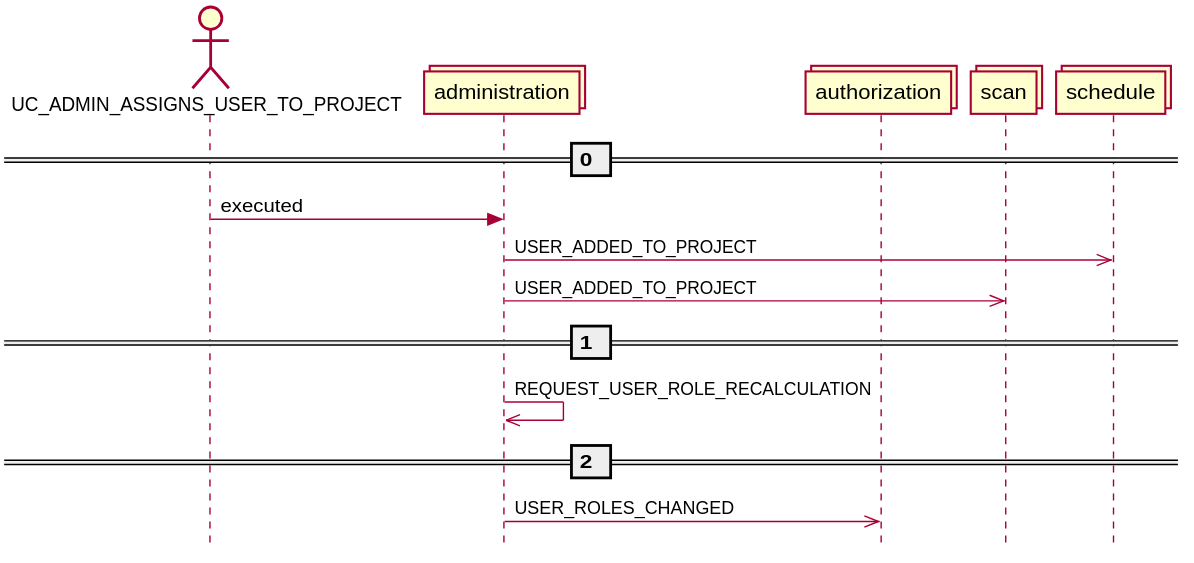
Earlier version of the PlantUML export docs/latest/images/event_overview_uc_admin_assigns_user_to_project.svg (mercedes-benz/sechub).
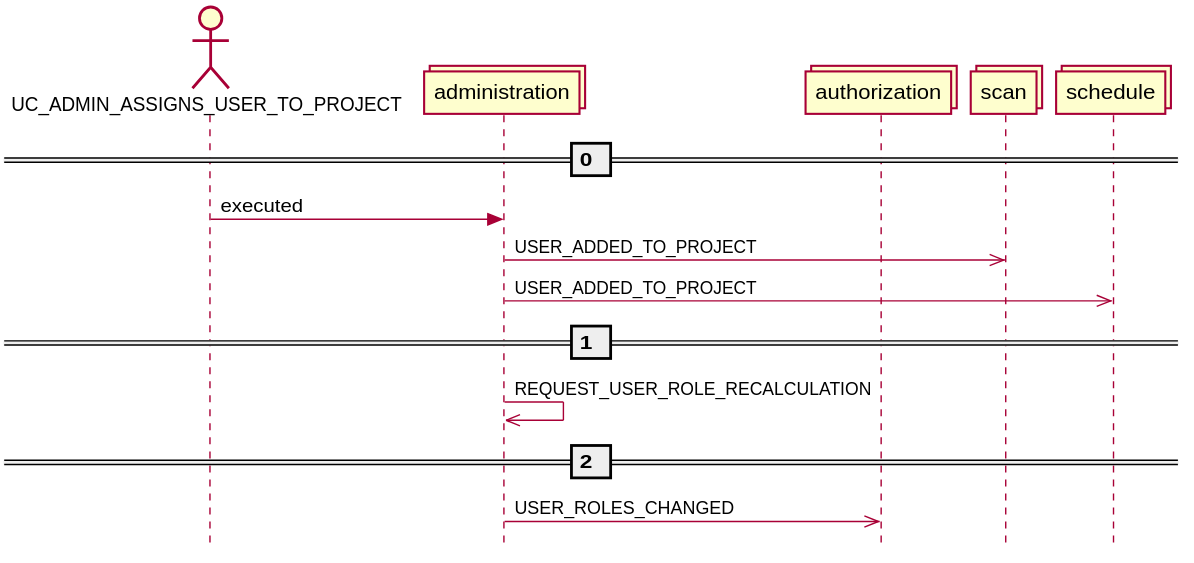
After the commit.

What changed in the source:
```diff
@@ -7,8 +7,8 @@
 collections schedule
 == 0 ==
 UC_ADMIN_ASSIGNS_USER_TO_PROJECT -> administration: executed
+administration ->> scan : USER_ADDED_TO_PROJECT
 administration ->> schedule : USER_ADDED_TO_PROJECT
-administration ->> scan : USER_ADDED_TO_PROJECT
 == 1 ==
 administration ->> administration : REQUEST_USER_ROLE_RECALCULATION
 == 2 ==
```
